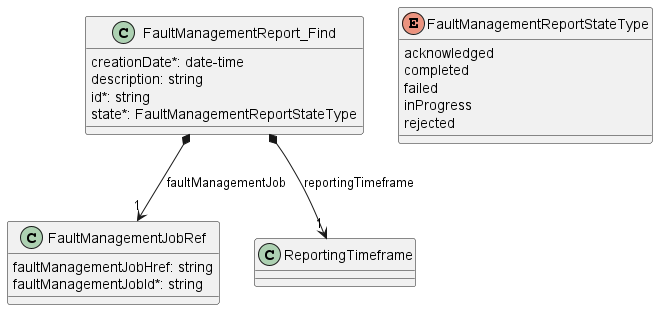
MEF-GIT/MEF-LSO-Legato-SDK keeps this PlantUML diagram as documentation/serviceApi/fm/media/useCase13Model.png. Above is the earlier version. Its diagram source:
```plantuml
@startuml useCase13Model

class FaultManagementReport_Find {
    creationDate*: date-time
    description: string
    id*: string
    state*: FaultManagementReportStateType
}

FaultManagementReport_Find *--> "1" FaultManagementJobRef : faultManagementJob
FaultManagementReport_Find *--> "1" ReportingTimeframe : reportingTimeframe

enum FaultManagementReportStateType {

    acknowledged
    completed
    failed
    inProgress
    rejected
}

class FaultManagementJobRef {

    faultManagementJobHref: string
    faultManagementJobId*: string
}

@enduml
```
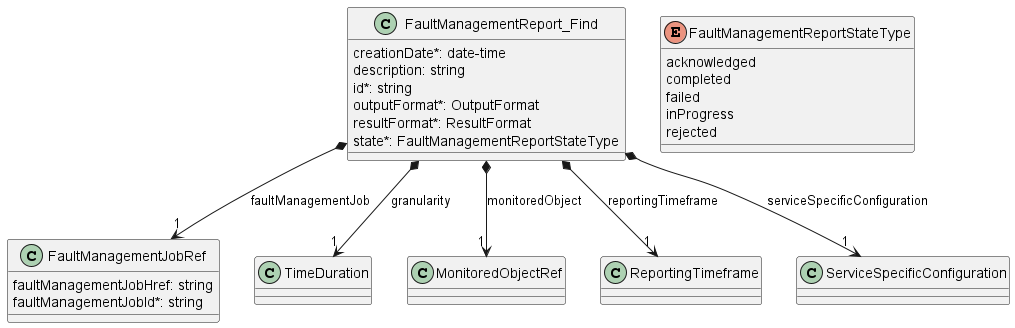
The same file after the commit.

What changed in the source:
```diff
@@ -1,14 +1,21 @@
 @startuml useCase13Model
 
 class FaultManagementReport_Find {
+
     creationDate*: date-time
     description: string
     id*: string
+    outputFormat*: OutputFormat
+    resultFormat*: ResultFormat
     state*: FaultManagementReportStateType
 }
 
-FaultManagementReport_Find *--> "1" FaultManagementJobRef : faultManagementJob
-FaultManagementReport_Find *--> "1" ReportingTimeframe : reportingTimeframe
+FaultManagementReport_Find *-->"1" FaultManagementJobRef : faultManagementJob
+FaultManagementReport_Find *-->"1" TimeDuration : granularity
+FaultManagementReport_Find *-->"1" MonitoredObjectRef : monitoredObject
+FaultManagementReport_Find *-->"1" ReportingTimeframe : reportingTimeframe
+FaultManagementReport_Find *-->"1" ServiceSpecificConfiguration : serviceSpecificConfiguration
+
 
 enum FaultManagementReportStateType {
 
@@ -25,4 +32,5 @@
     faultManagementJobId*: string
 }
 
+
 @enduml
```
